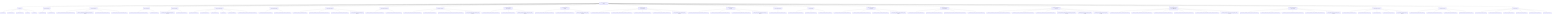
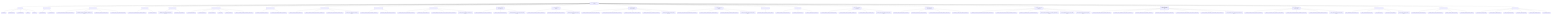
graph TD
    root["ToneSoul Documentation Authority"]
    root --> entrypoints["Entry Points"]
    entrypoints --> entrypoints_1["README.md"]
    entrypoints --> entrypoints_2["README.zh-TW.md"]
    entrypoints --> entrypoints_3["AI_ONBOARDING.md"]
    entrypoints --> entrypoints_4["INDEX.md"]
    entrypoints --> entrypoints_5["README.md"]
    root --> ai_operational_guides["AI Operational Guides"]
    ai_operational_guides --> ai_operational_guides_1["AI_QUICKSTART.md"]
    ai_operational_guides --> ai_operational_guides_2["AI_REFERENCE.md"]
    root --> canonical_architecture["Canonical Architecture"]
    canonical_architecture --> canonical_architecture_1["TONESOUL_EXTERNALIZED_COGNITIVE_ARCHITECTURE.md"]
    canonical_architecture --> canonical_architecture_2["TONESOUL_ARCHITECTURE_MEMORY_ANCHOR_2026-03-22.md"]
    canonical_architecture --> canonical_architecture_3["KNOWLEDGE_SURFACES_BOUNDARY_MAP.md"]
    canonical_architecture --> canonical_architecture_4["TONESOUL_EIGHT_LAYER_CONVERGENCE_MAP.md"]
    root --> deep_system_maps["Deep System Maps"]
    deep_system_maps --> deep_system_maps_1["TONESOUL_SYSTEM_OVERVIEW_AND_SUBSYSTEM_GUIDE.md"]
    deep_system_maps --> deep_system_maps_2["TONESOUL_ANATOMY.md"]
    root --> interpretive_readings["Interpretive Readings"]
    interpretive_readings --> interpretive_readings_1["TONESOUL_DEEP_READING_ANCHOR_2026-03-26.md"]
    interpretive_readings --> interpretive_readings_2["TONESOUL_CODEX_READING.md"]
    root --> governance_execution["Governance And Execution"]
    governance_execution --> governance_execution_1["7D_AUDIT_FRAMEWORK.md"]
    governance_execution --> governance_execution_2["7D_EXECUTION_SPEC.md"]
    governance_execution --> governance_execution_3["AUDIT_CONTRACT.md"]
    governance_execution --> governance_execution_4["API_SPEC.md"]
    governance_execution --> governance_execution_5["COUNCIL_RUNTIME.md"]
    governance_execution --> governance_execution_6["TONESOUL_SHARED_R_MEMORY_OPERATIONS_CONTRACT.md"]
    root --> claim_authority_distillation["Claim Authority Distillation"]
    claim_authority_distillation --> claim_authority_distillation_1["TONESOUL_CLAIM_AUTHORITY_MATRIX.md"]
    claim_authority_distillation --> claim_authority_distillation_2["TONESOUL_LAW_RUNTIME_BOUNDARY_CONTRACT.md"]
    root --> evidence_topology_and_verifiability["Evidence And Verifiability"]
    evidence_topology_and_verifiability --> evidence_topology_and_verifiability_1["TONESOUL_CLAIM_TO_EVIDENCE_MATRIX.md"]
    evidence_topology_and_verifiability --> evidence_topology_and_verifiability_2["TONESOUL_EVIDENCE_LADDER_AND_VERIFIABILITY_CONTRACT.md"]
    evidence_topology_and_verifiability --> evidence_topology_and_verifiability_3["TONESOUL_TEST_AND_VALIDATION_TOPOLOGY_MAP.md"]
    evidence_topology_and_verifiability --> evidence_topology_and_verifiability_4["tonesoul_evidence_followup_candidates_2026-03-29.md"]
    root --> subject_refresh_boundaries["Subject Refresh Boundaries"]
    subject_refresh_boundaries --> subject_refresh_boundaries_1["TONESOUL_SUBJECT_REFRESH_BOUNDARY_CONTRACT.md"]
    subject_refresh_boundaries --> subject_refresh_boundaries_2["TONESOUL_SUBJECT_SNAPSHOT_FIELD_LANES.md"]
    root --> control_plane_discipline["Control Plane Discipline"]
    control_plane_discipline --> control_plane_discipline_1["TONESOUL_TASK_TRACK_AND_READINESS_CONTRACT.md"]
    control_plane_discipline --> control_plane_discipline_2["TONESOUL_PLAN_DELTA_CONTRACT.md"]
    control_plane_discipline --> control_plane_discipline_3["TONESOUL_MIRROR_RUPTURE_FAIL_STOP_AND_LOW_DRIFT_ANCHOR_CONTRACT.md"]
    control_plane_discipline --> control_plane_discipline_4["tonesoul_control_plane_followup_candidates_2026-03-28.md"]
    root --> observable_shell_and_axiom_boundaries["Observable-Shell And Axiom Boundaries"]
    observable_shell_and_axiom_boundaries --> observable_shell_and_axiom_boundaries_1["TONESOUL_OBSERVABLE_SHELL_OPACITY_CONTRACT.md"]
    observable_shell_and_axiom_boundaries --> observable_shell_and_axiom_boundaries_2["TONESOUL_AXIOM_FALSIFICATION_MAP.md"]
    observable_shell_and_axiom_boundaries --> observable_shell_and_axiom_boundaries_3["tonesoul_observability_and_axiom_adoption_review_2026-03-28.md"]
    root --> council_deliberation_discipline["Council Deliberation Discipline"]
    council_deliberation_discipline --> council_deliberation_discipline_1["TONESOUL_COUNCIL_DOSSIER_AND_DISSENT_CONTRACT.md"]
    council_deliberation_discipline --> council_deliberation_discipline_2["TONESOUL_ADAPTIVE_DELIBERATION_MODE_CONTRACT.md"]
    council_deliberation_discipline --> council_deliberation_discipline_3["tonesoul_council_followup_candidates_2026-03-28.md"]
    root --> continuity_import_and_receiver_discipline["Continuity Import And Receiver Discipline"]
    continuity_import_and_receiver_discipline --> continuity_import_and_receiver_discipline_1["TONESOUL_CONTINUITY_IMPORT_AND_DECAY_CONTRACT.md"]
    continuity_import_and_receiver_discipline --> continuity_import_and_receiver_discipline_2["TONESOUL_RECEIVER_INTERPRETATION_BOUNDARY_CONTRACT.md"]
    continuity_import_and_receiver_discipline --> continuity_import_and_receiver_discipline_3["TONESOUL_CONTINUITY_SURFACE_LIFECYCLE_MAP.md"]
    continuity_import_and_receiver_discipline --> continuity_import_and_receiver_discipline_4["TONESOUL_WORKING_STYLE_CONTINUITY_CONTRACT.md"]
    continuity_import_and_receiver_discipline --> continuity_import_and_receiver_discipline_5["tonesoul_continuity_followup_candidates_2026-03-29.md"]
    root --> council_realism_and_calibration["Council Realism And Calibration"]
    council_realism_and_calibration --> council_realism_and_calibration_1["TONESOUL_COUNCIL_REALISM_AND_INDEPENDENCE_CONTRACT.md"]
    council_realism_and_calibration --> council_realism_and_calibration_2["TONESOUL_COUNCIL_CONFIDENCE_AND_CALIBRATION_MAP.md"]
    council_realism_and_calibration --> council_realism_and_calibration_3["TONESOUL_ADVERSARIAL_DELIBERATION_ADOPTION_MAP.md"]
    council_realism_and_calibration --> council_realism_and_calibration_4["tonesoul_council_realism_followup_candidates_2026-03-29.md"]
    root --> context_continuity_adoption["Context Continuity Adoption"]
    context_continuity_adoption --> context_continuity_adoption_1["TONESOUL_CONTEXT_CONTINUITY_ADOPTION_MAP.md"]
    root --> prompt_discipline_skeleton["Prompt Discipline"]
    prompt_discipline_skeleton --> prompt_discipline_skeleton_1["TONESOUL_PROMPT_DISCIPLINE_SKELETON.md"]
    prompt_discipline_skeleton --> prompt_discipline_skeleton_2["TONESOUL_PROMPT_VARIANTS.md"]
    prompt_discipline_skeleton --> prompt_discipline_skeleton_3["TONESOUL_PROMPT_STARTER_CARDS.md"]
    root --> prompt_surface_topology_and_adoption["Prompt Surface Topology And Adoption"]
    prompt_surface_topology_and_adoption --> prompt_surface_topology_and_adoption_1["TONESOUL_PROMPT_SURFACE_ADOPTION_MATRIX.md"]
    prompt_surface_topology_and_adoption --> prompt_surface_topology_and_adoption_2["TONESOUL_PROMPT_SURFACE_BOUNDARY_CONTRACT.md"]
    prompt_surface_topology_and_adoption --> prompt_surface_topology_and_adoption_3["TONESOUL_PROMPT_SURFACE_TOPOLOGY_MAP.md"]
    prompt_surface_topology_and_adoption --> prompt_surface_topology_and_adoption_4["tonesoul_prompt_adoption_followup_candidates_2026-03-29.md"]
    root --> reality_alignment_and_render_boundaries["Reality Alignment And Render Boundaries"]
    reality_alignment_and_render_boundaries --> reality_alignment_and_render_boundaries_1["TONESOUL_ENTRY_SURFACE_REALITY_BASELINE.md"]
    reality_alignment_and_render_boundaries --> reality_alignment_and_render_boundaries_2["TONESOUL_DOC_METRIC_AND_COUNT_METHOD.md"]
    reality_alignment_and_render_boundaries --> reality_alignment_and_render_boundaries_3["TONESOUL_RENDER_LAYER_AND_ENCODING_BOUNDARY_CONTRACT.md"]
    reality_alignment_and_render_boundaries --> reality_alignment_and_render_boundaries_4["TONESOUL_DOC_DRIFT_AND_CONFLICT_REGISTER.md"]
    root --> successor_continuity_and_hot_memory["Successor Continuity And Hot Memory"]
    successor_continuity_and_hot_memory --> successor_continuity_and_hot_memory_1["TONESOUL_SUCCESSOR_COLLABORATION_AND_HOT_MEMORY_CONTRACT.md"]
    successor_continuity_and_hot_memory --> successor_continuity_and_hot_memory_2["TONESOUL_LOW_DRIFT_ANCHOR_SOURCE_PRECEDENCE_CONTRACT.md"]
    successor_continuity_and_hot_memory --> successor_continuity_and_hot_memory_3["TONESOUL_HOT_MEMORY_DECAY_AND_COMPRESSION_MAP.md"]
    successor_continuity_and_hot_memory --> successor_continuity_and_hot_memory_4["tonesoul_successor_collaboration_and_hot_memory_program_2026-04-02.md"]
    successor_continuity_and_hot_memory --> successor_continuity_and_hot_memory_5["tonesoul_subsystem_parity_and_gap_map_2026-04-02.md"]
    successor_continuity_and_hot_memory --> successor_continuity_and_hot_memory_6["tonesoul_successor_sidecar_residue_triage_2026-04-02.md"]
    root --> research_driven_memory_interop_and_knowledge_layer["Research-Driven Memory Interop And Knowledge Layer"]
    research_driven_memory_interop_and_knowledge_layer --> research_driven_memory_interop_and_knowledge_layer_1["TONESOUL_CROSS_AGENT_MEMORY_CONSUMER_CONTRACT.md"]
    research_driven_memory_interop_and_knowledge_layer --> research_driven_memory_interop_and_knowledge_layer_2["TONESOUL_CLAUDE_COMPATIBLE_ENTRY_ADAPTER_CONTRACT.md"]
    research_driven_memory_interop_and_knowledge_layer --> research_driven_memory_interop_and_knowledge_layer_3["TONESOUL_KNOWLEDGE_LAYER_BOUNDARY_CONTRACT.md"]
    research_driven_memory_interop_and_knowledge_layer --> research_driven_memory_interop_and_knowledge_layer_4["TONESOUL_LAUNCH_HEALTH_TREND_READOUT_CONTRACT.md"]
    research_driven_memory_interop_and_knowledge_layer --> research_driven_memory_interop_and_knowledge_layer_5["TONESOUL_INTERNAL_STATE_OBSERVABILITY_REALITY_CHECK_CONTRACT.md"]
-     research_driven_memory_interop_and_knowledge_layer --> research_driven_memory_interop_and_knowledge_layer_6["tonesoul_research_lines_and_memory_interop_program_2026-04-06.md"]
+     research_driven_memory_interop_and_knowledge_layer --> research_driven_memory_interop_and_knowledge_layer_6["TONESOUL_SURFACE_VERSIONING_AND_CONSUMER_LINEAGE_CONTRACT.md"]
+     research_driven_memory_interop_and_knowledge_layer --> research_driven_memory_interop_and_knowledge_layer_7["tonesoul_research_lines_and_memory_interop_program_2026-04-06.md"]
    root --> entry_simplification_and_lineage_routing["Entry Simplification And Lineage Routing"]
    entry_simplification_and_lineage_routing --> entry_simplification_and_lineage_routing_1["TONESOUL_AUDIENCE_ROUTING_AND_ENTRY_CONTRACT.md"]
    entry_simplification_and_lineage_routing --> entry_simplification_and_lineage_routing_2["TONESOUL_HISTORICAL_SPEC_AND_LEGACY_SURFACE_MAP.md"]
    entry_simplification_and_lineage_routing --> entry_simplification_and_lineage_routing_3["TONESOUL_DOC_SURFACE_SIMPLIFICATION_BOUNDARY_CONTRACT.md"]
    entry_simplification_and_lineage_routing --> entry_simplification_and_lineage_routing_4["TONESOUL_ENCODING_AND_MOJIBAKE_HAZARD_REGISTER.md"]
    entry_simplification_and_lineage_routing --> entry_simplification_and_lineage_routing_5["tonesoul_docs_cleanup_wave_candidates_2026-03-29.md"]
    root --> doc_governance["Documentation Governance"]
    doc_governance --> doc_governance_1["DOCS_INFORMATION_ARCHITECTURE_v1.md"]
    doc_governance --> doc_governance_2["DOCS_CLASSIFICATION_LEDGER_v1.md"]
    doc_governance --> doc_governance_3["FILE_PURPOSE_MAP.md"]
    doc_governance --> doc_governance_4["doc_convergence_inventory_latest.json"]
    doc_governance --> doc_governance_5["doc_convergence_cleanup_plan_2026-03-22.md"]
    root --> convergence_contracts["Convergence Contracts"]
    convergence_contracts --> convergence_contracts_1["BASENAME_DIVERGENCE_DISTILLATION_MAP.md"]
    convergence_contracts --> convergence_contracts_2["PRIVATE_MEMORY_SHADOW_BOUNDARY_MAP.md"]
    convergence_contracts --> convergence_contracts_3["PARADOX_FIXTURE_OWNERSHIP_MAP.md"]
    convergence_contracts --> convergence_contracts_4["ENGINEERING_MIRROR_OWNERSHIP_MAP.md"]
    root --> generated_status["Generated Status"]
    generated_status --> generated_status_1["doc_convergence_inventory_latest.json"]
    generated_status --> generated_status_2["basename_divergence_distillation_latest.json"]
    generated_status --> generated_status_3["private_memory_shadow_latest.json"]
    generated_status --> generated_status_4["paradox_fixture_ownership_latest.json"]
    generated_status --> generated_status_5["engineering_mirror_ownership_latest.json"]
    generated_status --> generated_status_6["claim_authority_latest.json"]
